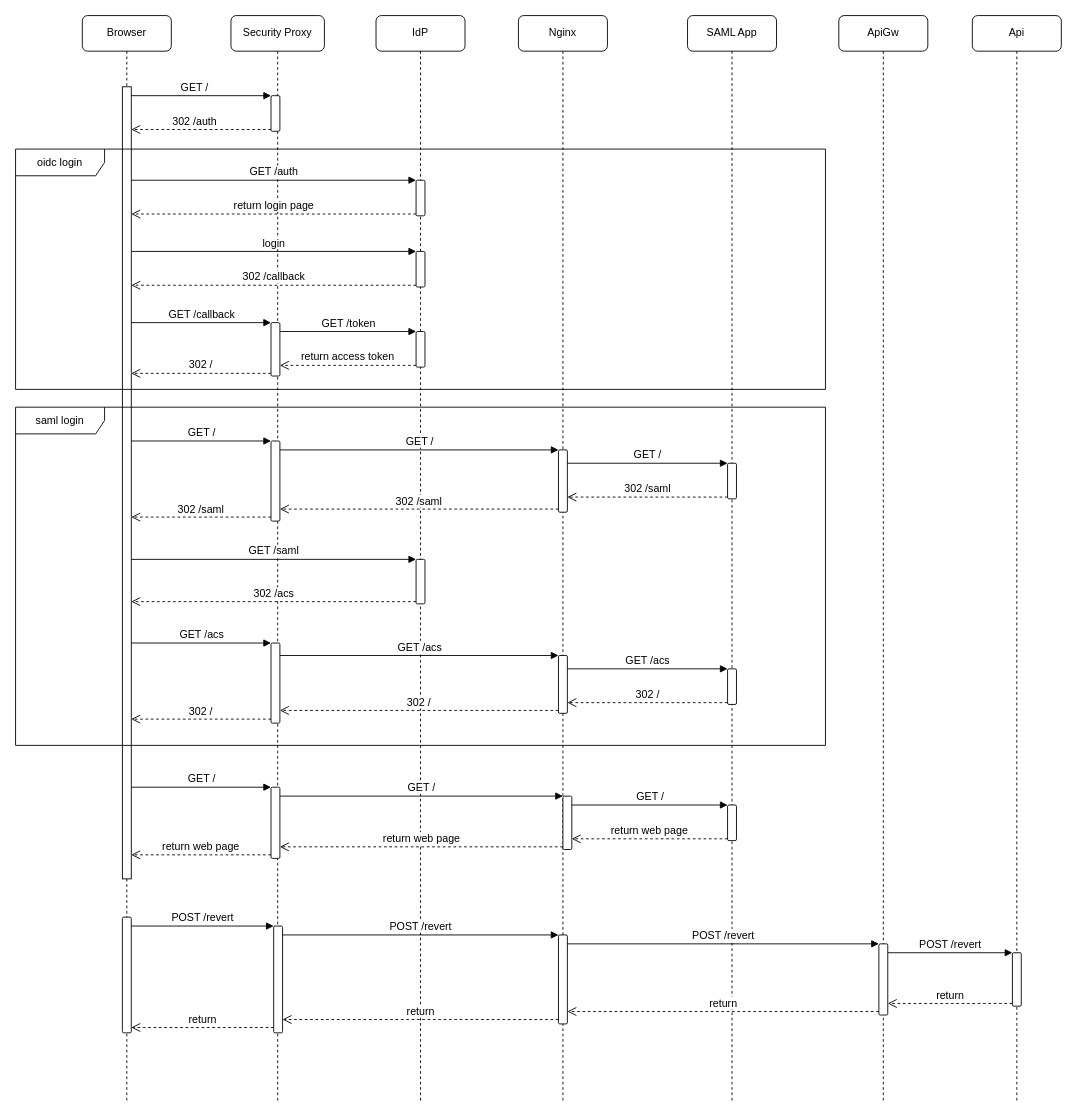
gjuljo/saml-oidc-example keeps this draw.io diagram as page "Sequence-4" (4 of 7) of docs/SingleSignOnExample.drawio. Above is the earlier version. Source tidied: cells renumbered, new cells numbered last; positions are measured from the earlier drawing's top-left corner, leaving out a move shared by most shapes. Both pictures are drawn from the tidied source at 89%, with x=0, y=0 at pixel (15, 15).
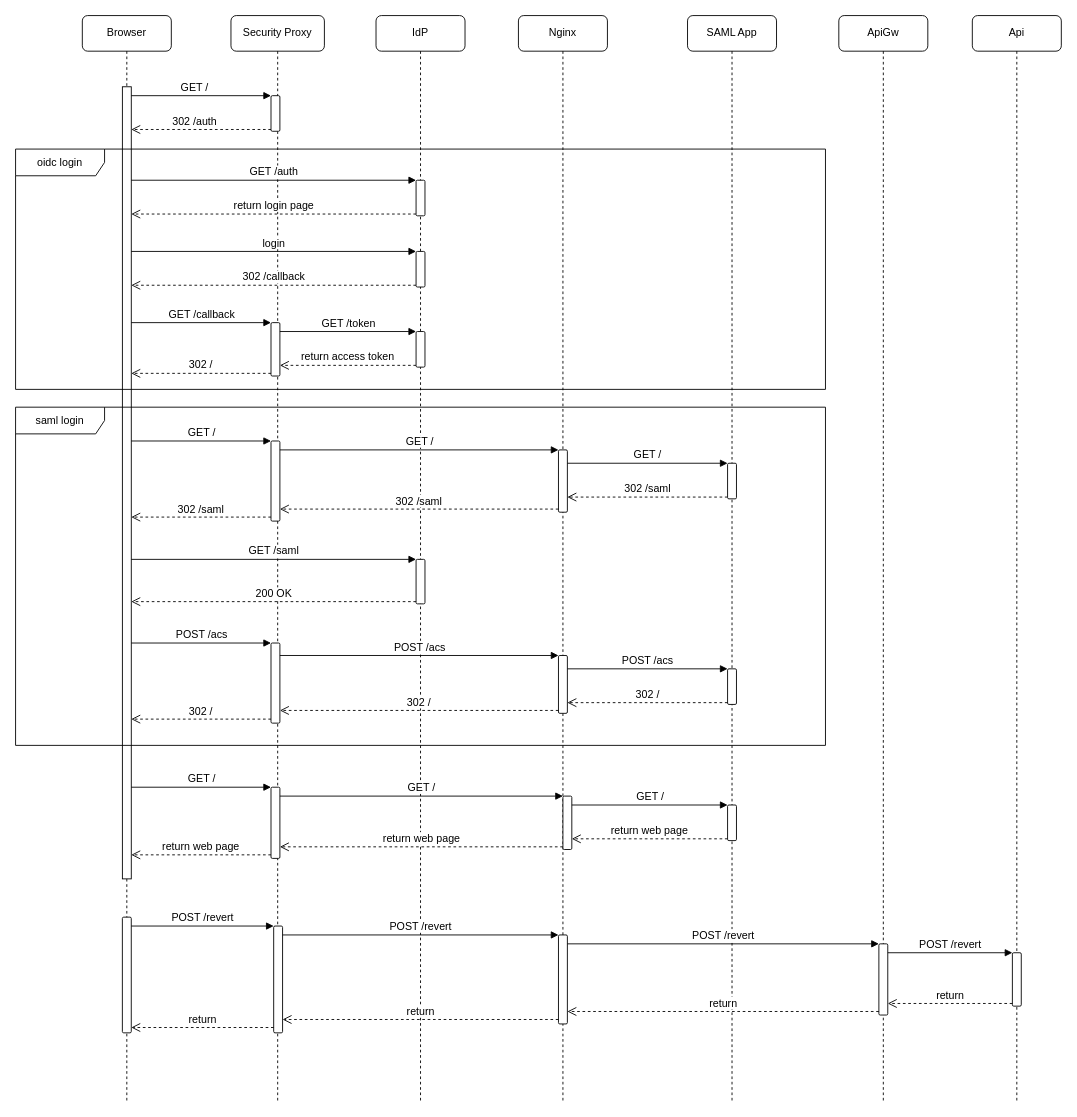
The same page after the edit.

The change refers to these unchanged cells:
```xml
<mxCell id="10" style="html=1;points=[];perimeter=orthogonalPerimeter;rounded=1;labelBackgroundColor=#ffffff;strokeWidth=1;fontSize=12;" parent="5" vertex="1">
  <mxGeometry x="45" y="705" width="10" height="90" as="geometry" />
</mxCell>
<mxCell id="16" style="html=1;points=[];perimeter=orthogonalPerimeter;rounded=1;labelBackgroundColor=#ffffff;strokeWidth=1;fontSize=12;" parent="12" vertex="1">
  <mxGeometry x="45" y="611" width="10" height="50" as="geometry" />
</mxCell>
<mxCell id="19" style="html=1;points=[];perimeter=orthogonalPerimeter;rounded=1;labelBackgroundColor=#ffffff;strokeWidth=1;fontSize=12;" parent="17" vertex="1">
  <mxGeometry x="45" y="719" width="10" height="65" as="geometry" />
</mxCell>
<mxCell id="23" style="html=1;points=[];perimeter=orthogonalPerimeter;rounded=1;labelBackgroundColor=#ffffff;strokeWidth=1;fontSize=12;" parent="21" vertex="1">
  <mxGeometry x="45" y="734" width="10" height="40" as="geometry" />
</mxCell>
```

Change to the diagram source:
```diff
@@
-    <mxCell id="45" value="GET /acs" style="html=1;verticalAlign=bottom;endArrow=block;entryX=0;entryY=0;strokeWidth=1;fontSize=12;" parent="1" edge="1" target="10">
+    <mxCell id="45" value="POST /acs" style="html=1;verticalAlign=bottom;endArrow=block;entryX=0;entryY=0;strokeWidth=1;fontSize=12;" parent="1" edge="1" target="10">
       <mxGeometry relative="1" as="geometry">
         <mxPoint x="130" y="705" as="sourcePoint" />
       </mxGeometry>
     </mxCell>
@@
-    <mxCell id="47" value="GET /acs" style="html=1;verticalAlign=bottom;endArrow=block;entryX=0;entryY=0;strokeWidth=1;fontSize=12;" parent="1" edge="1" source="10" target="19">
+    <mxCell id="47" value="POST /acs" style="html=1;verticalAlign=bottom;endArrow=block;entryX=0;entryY=0;strokeWidth=1;fontSize=12;" parent="1" edge="1" source="10" target="19">
       <mxGeometry relative="1" as="geometry" />
     </mxCell>
@@
-    <mxCell id="49" value="GET /acs" style="html=1;verticalAlign=bottom;endArrow=block;entryX=0;entryY=0;strokeWidth=1;fontSize=12;" parent="1" edge="1" source="19" target="23">
+    <mxCell id="49" value="POST /acs" style="html=1;verticalAlign=bottom;endArrow=block;entryX=0;entryY=0;strokeWidth=1;fontSize=12;" parent="1" edge="1" source="19" target="23">
       <mxGeometry relative="1" as="geometry" />
     </mxCell>
@@
-    <mxCell id="52" value="302 /acs" style="html=1;verticalAlign=bottom;endArrow=open;dashed=1;endSize=8;exitX=0;exitY=0.95;strokeWidth=1;fontSize=12;" parent="1" edge="1" source="16">
+    <mxCell id="52" value="200 OK" style="html=1;verticalAlign=bottom;endArrow=open;dashed=1;endSize=8;exitX=0;exitY=0.95;strokeWidth=1;fontSize=12;" parent="1" edge="1" source="16">
       <mxGeometry relative="1" as="geometry">
         <mxPoint x="130" y="658.5" as="targetPoint" />
       </mxGeometry>
     </mxCell>
@@
+    <mxCell id="69" value="oidc login" style="shape=umlFrame;whiteSpace=wrap;html=1;rounded=1;labelBackgroundColor=#ffffff;strokeWidth=1;fontSize=12;width=100;height=30;" parent="1" vertex="1">
+      <mxGeometry y="150" width="910" height="270" as="geometry" />
+    </mxCell>
@@
-    <mxCell id="69" value="oidc login" style="shape=umlFrame;whiteSpace=wrap;html=1;rounded=1;labelBackgroundColor=#ffffff;strokeWidth=1;fontSize=12;width=100;height=30;" parent="1" vertex="1">
-      <mxGeometry y="150" width="910" height="270" as="geometry" />
-    </mxCell>
```
